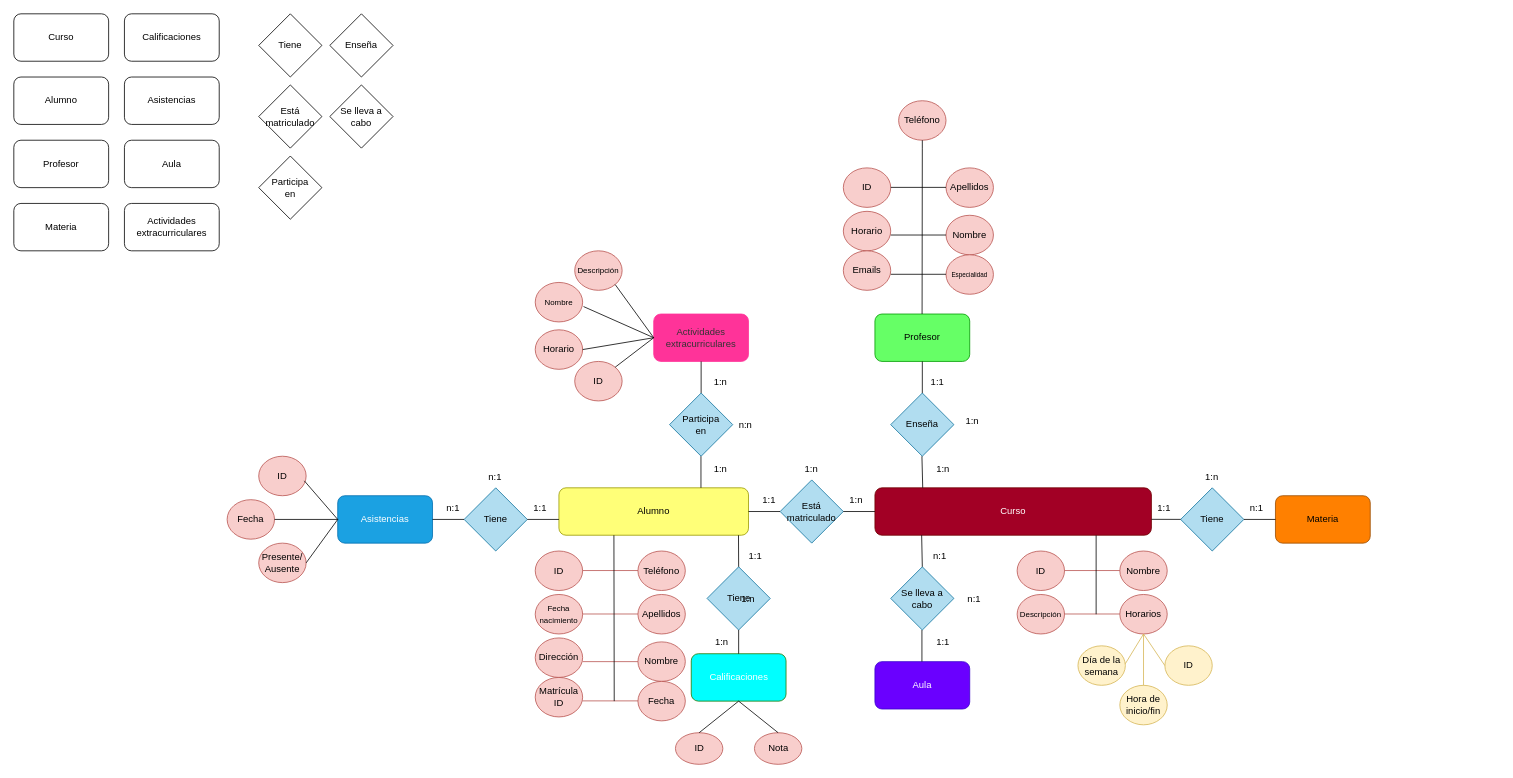
Angel170605/BAE keeps this draw.io diagram as tarea evaluable 1.drawio. Above is the earlier version. Source tidied: cells renumbered, new cells numbered last; positions are measured from the earlier drawing's top-left corner, leaving out a move shared by most shapes. Both pictures are drawn from the tidied source at 79%, with x=0, y=0 at pixel (13, 13).
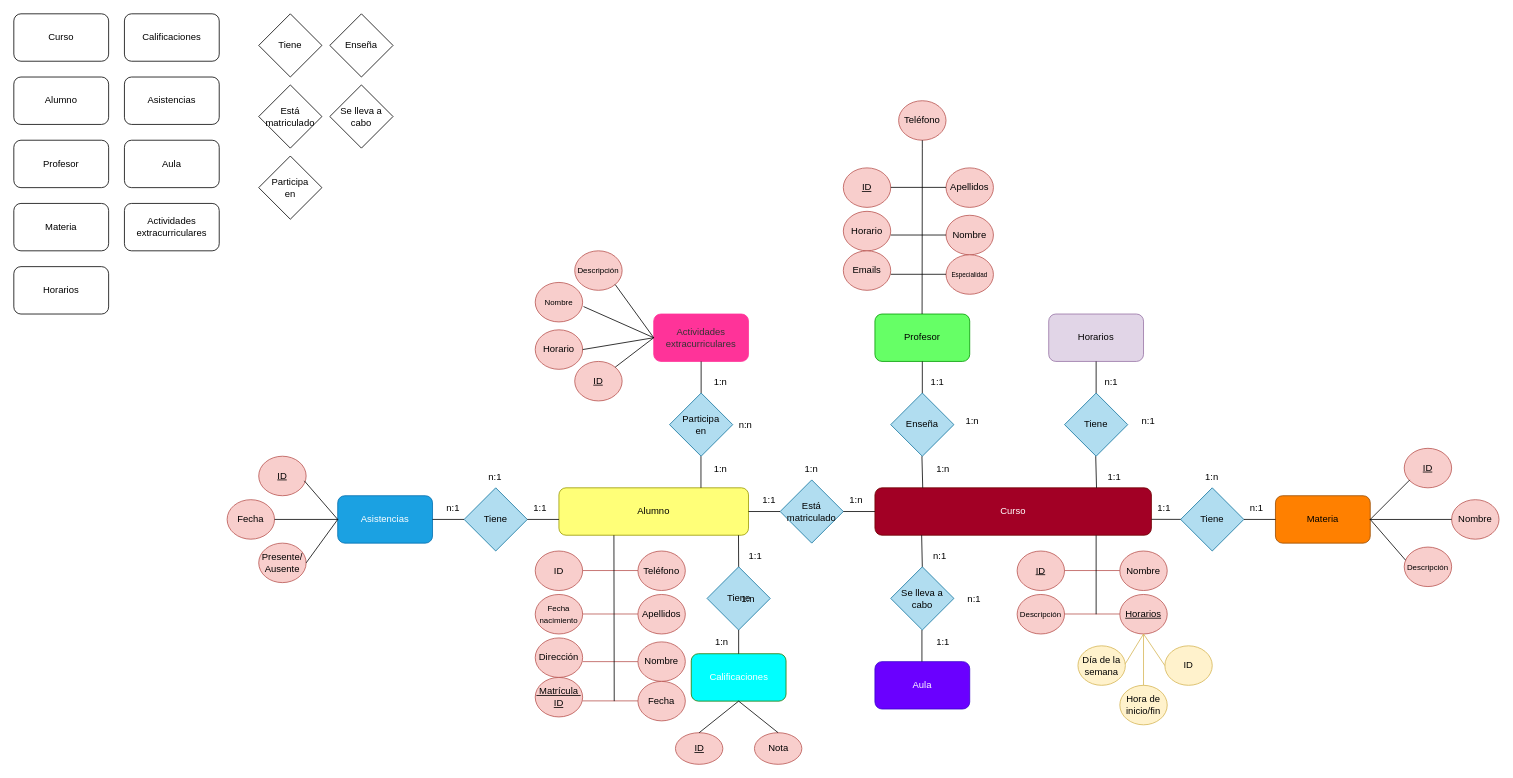
After the change.

Unchanged cells that the change refers to:
```xml
<mxCell id="23" value="Materia" style="rounded=1;whiteSpace=wrap;html=1;fillColor=#FF8000;strokeColor=#994C00;" parent="1" vertex="1">
  <mxGeometry x="1597" y="610" width="120" height="60" as="geometry" />
</mxCell>
```

What changed in the source:
```diff
@@
-    <mxCell id="84" value="ID" style="ellipse;whiteSpace=wrap;html=1;fillColor=#f8cecc;strokeColor=#b85450;" parent="1" vertex="1">
+    <mxCell id="84" value="&lt;u&gt;ID&lt;/u&gt;" style="ellipse;whiteSpace=wrap;html=1;fillColor=#f8cecc;strokeColor=#b85450;" parent="1" vertex="1">
       <mxGeometry x="837.5" y="910" width="60" height="40" as="geometry" />
     </mxCell>
@@
-    <mxCell id="88" value="ID" style="ellipse;whiteSpace=wrap;html=1;fillColor=#f8cecc;strokeColor=#b85450;" parent="1" vertex="1">
+    <mxCell id="88" value="&lt;u&gt;ID&lt;/u&gt;" style="ellipse;whiteSpace=wrap;html=1;fillColor=#f8cecc;strokeColor=#b85450;" parent="1" vertex="1">
       <mxGeometry x="310" y="560" width="60" height="50" as="geometry" />
     </mxCell>
@@
-    <mxCell id="109" value="ID" style="ellipse;whiteSpace=wrap;html=1;fillColor=#f8cecc;strokeColor=#b85450;" parent="1" vertex="1">
+    <mxCell id="109" value="&lt;u&gt;ID&lt;/u&gt;" style="ellipse;whiteSpace=wrap;html=1;fillColor=#f8cecc;strokeColor=#b85450;" parent="1" vertex="1">
       <mxGeometry x="710" y="440" width="60" height="50" as="geometry" />
     </mxCell>
@@
-    <mxCell id="123" value="&amp;nbsp;Matrícula&amp;nbsp;&lt;br&gt;ID" style="ellipse;whiteSpace=wrap;html=1;fillColor=#f8cecc;strokeColor=#b85450;" parent="1" vertex="1">
+    <mxCell id="123" value="&lt;u&gt;&amp;nbsp;Matrícula&amp;nbsp;&lt;br&gt;ID&lt;/u&gt;" style="ellipse;whiteSpace=wrap;html=1;fillColor=#f8cecc;strokeColor=#b85450;" parent="1" vertex="1">
       <mxGeometry x="660" y="840" width="60" height="50" as="geometry" />
     </mxCell>
@@
-    <mxCell id="131" value="ID" style="ellipse;whiteSpace=wrap;html=1;fillColor=#f8cecc;strokeColor=#b85450;" parent="1" vertex="1">
+    <mxCell id="131" value="&lt;u&gt;ID&lt;/u&gt;" style="ellipse;whiteSpace=wrap;html=1;fillColor=#f8cecc;strokeColor=#b85450;" parent="1" vertex="1">
       <mxGeometry x="1270" y="680" width="60" height="50" as="geometry" />
     </mxCell>
@@
-    <mxCell id="133" value="Horarios" style="ellipse;whiteSpace=wrap;html=1;fillColor=#f8cecc;strokeColor=#b85450;" parent="1" vertex="1">
+    <mxCell id="133" value="&lt;u&gt;Horarios&lt;/u&gt;" style="ellipse;whiteSpace=wrap;html=1;fillColor=#f8cecc;strokeColor=#b85450;" parent="1" vertex="1">
       <mxGeometry x="1400" y="735" width="60" height="50" as="geometry" />
     </mxCell>
@@
-    <mxCell id="144" value="ID" style="ellipse;whiteSpace=wrap;html=1;fillColor=#f8cecc;strokeColor=#b85450;" parent="1" vertex="1">
+    <mxCell id="144" value="&lt;u&gt;ID&lt;/u&gt;" style="ellipse;whiteSpace=wrap;html=1;fillColor=#f8cecc;strokeColor=#b85450;" parent="1" vertex="1">
       <mxGeometry x="1050" y="195" width="60" height="50" as="geometry" />
     </mxCell>
@@
+    <mxCell id="156" value="Horarios" style="rounded=1;whiteSpace=wrap;html=1;" parent="1" vertex="1">
+      <mxGeometry y="320" width="120" height="60" as="geometry" />
+    </mxCell>
+    <mxCell id="157" value="Horarios" style="rounded=1;whiteSpace=wrap;html=1;fillColor=#e1d5e7;strokeColor=#9673a6;" parent="1" vertex="1">
+      <mxGeometry x="1310" y="380" width="120" height="60" as="geometry" />
+    </mxCell>
+    <mxCell id="158" value="Tiene" style="rhombus;whiteSpace=wrap;html=1;fillColor=#b1ddf0;strokeColor=#10739e;" parent="1" vertex="1">
+      <mxGeometry x="1330" y="480" width="80" height="80" as="geometry" />
+    </mxCell>
+    <mxCell id="159" style="endArrow=none;html=1;rounded=0;" parent="1" edge="1" source="158">
+      <mxGeometry relative="1" as="geometry">
+        <mxPoint x="1370" y="440" as="targetPoint" />
+      </mxGeometry>
+    </mxCell>
+    <mxCell id="160" style="shape=table;startSize=0;childLayout=tableLayout;rowLines=0;fontStyle=0;align=center;strokeColor=none;fillColor=none;whiteSpace=wrap;html=1;" parent="1" vertex="1">
+      <mxGeometry x="1343" y="450" width="67" height="30" as="geometry" />
+    </mxCell>
+    <mxCell id="161" style="shape=tableRow;horizontal=0;startSize=0;swimlaneHead=0;swimlaneBody=0;fillColor=none;top=0;left=0;right=0;bottom=0;" parent="160" vertex="1">
+      <mxGeometry width="67" height="30" as="geometry" />
+    </mxCell>
+    <mxCell id="162" style="shape=partialRectangle;fillColor=none;top=0;left=0;bottom=0;right=0;overflow=hidden;" parent="161" vertex="1">
+      <mxGeometry width="30" height="30" as="geometry" />
+    </mxCell>
+    <mxCell id="163" value="n:1" style="shape=partialRectangle;fillColor=none;top=0;left=0;bottom=0;right=0;align=left;spacingLeft=6;overflow=hidden;" parent="161" vertex="1">
+      <mxGeometry x="30" width="37" height="30" as="geometry" />
+    </mxCell>
+    <mxCell id="164" style="endArrow=none;html=1;rounded=0;entryX=0.169;entryY=0.998;entryDx=0;entryDy=0;entryPerimeter=0;" parent="1" edge="1">
+      <mxGeometry relative="1" as="geometry">
+        <mxPoint x="1370.5" y="600" as="sourcePoint" />
+        <mxPoint x="1369.5" y="560" as="targetPoint" />
+      </mxGeometry>
+    </mxCell>
+    <mxCell id="165" style="shape=table;startSize=0;childLayout=tableLayout;rowLines=0;fontStyle=0;align=center;strokeColor=none;fillColor=none;whiteSpace=wrap;html=1;" parent="1" vertex="1">
+      <mxGeometry x="1347" y="570" width="67" height="30" as="geometry" />
+    </mxCell>
+    <mxCell id="166" style="shape=tableRow;horizontal=0;startSize=0;swimlaneHead=0;swimlaneBody=0;fillColor=none;top=0;left=0;right=0;bottom=0;" parent="165" vertex="1">
+      <mxGeometry width="67" height="30" as="geometry" />
+    </mxCell>
+    <mxCell id="167" style="shape=partialRectangle;fillColor=none;top=0;left=0;bottom=0;right=0;overflow=hidden;" parent="166" vertex="1">
+      <mxGeometry width="30" height="30" as="geometry" />
+    </mxCell>
+    <mxCell id="168" value="1:1" style="shape=partialRectangle;fillColor=none;top=0;left=0;bottom=0;right=0;align=left;spacingLeft=6;overflow=hidden;" parent="166" vertex="1">
+      <mxGeometry x="30" width="37" height="30" as="geometry" />
+    </mxCell>
+    <mxCell id="169" style="shape=table;startSize=0;childLayout=tableLayout;rowLines=0;fontStyle=0;align=center;strokeColor=none;fillColor=none;whiteSpace=wrap;html=1;" parent="1" vertex="1">
+      <mxGeometry x="1390" y="500" width="67" height="30" as="geometry" />
+    </mxCell>
+    <mxCell id="170" style="shape=tableRow;horizontal=0;startSize=0;swimlaneHead=0;swimlaneBody=0;fillColor=none;top=0;left=0;right=0;bottom=0;" parent="169" vertex="1">
+      <mxGeometry width="67" height="30" as="geometry" />
+    </mxCell>
+    <mxCell id="171" style="shape=partialRectangle;fillColor=none;top=0;left=0;bottom=0;right=0;overflow=hidden;" parent="170" vertex="1">
+      <mxGeometry width="30" height="30" as="geometry" />
+    </mxCell>
+    <mxCell id="172" value="n:1" style="shape=partialRectangle;fillColor=none;top=0;left=0;bottom=0;right=0;align=left;spacingLeft=6;overflow=hidden;" parent="170" vertex="1">
+      <mxGeometry x="30" width="37" height="30" as="geometry" />
+    </mxCell>
+    <mxCell id="173" value="&lt;u&gt;ID&lt;/u&gt;" style="ellipse;whiteSpace=wrap;html=1;fillColor=#f8cecc;strokeColor=#b85450;" parent="1" vertex="1">
+      <mxGeometry x="1760" y="550" width="60" height="50" as="geometry" />
+    </mxCell>
+    <mxCell id="174" value="Nombre" style="ellipse;whiteSpace=wrap;html=1;fillColor=#f8cecc;strokeColor=#b85450;" parent="1" vertex="1">
+      <mxGeometry x="1820" y="615" width="60" height="50" as="geometry" />
+    </mxCell>
+    <mxCell id="175" value="&lt;font style=&quot;font-size: 10px;&quot;&gt;Descripción&lt;/font&gt;" style="ellipse;whiteSpace=wrap;html=1;fillColor=#f8cecc;strokeColor=#b85450;" parent="1" vertex="1">
+      <mxGeometry x="1760" y="675" width="60" height="50" as="geometry" />
+    </mxCell>
+    <mxCell id="176" style="endArrow=none;html=1;rounded=0;" parent="1" edge="1">
+      <mxGeometry relative="1" as="geometry">
+        <mxPoint x="1717" y="640" as="sourcePoint" />
+        <mxPoint x="1767" y="590" as="targetPoint" />
+      </mxGeometry>
+    </mxCell>
+    <mxCell id="177" style="endArrow=none;html=1;rounded=0;entryX=1;entryY=0.5;entryDx=0;entryDy=0;exitX=0.028;exitY=0.331;exitDx=0;exitDy=0;exitPerimeter=0;" parent="1" edge="1" source="175" target="23">
+      <mxGeometry relative="1" as="geometry" />
+    </mxCell>
+    <mxCell id="178" style="endArrow=none;html=1;rounded=0;entryX=0;entryY=0.5;entryDx=0;entryDy=0;exitX=0.996;exitY=0.501;exitDx=0;exitDy=0;exitPerimeter=0;" parent="1" edge="1" source="23" target="174">
+      <mxGeometry relative="1" as="geometry" />
+    </mxCell>
```
